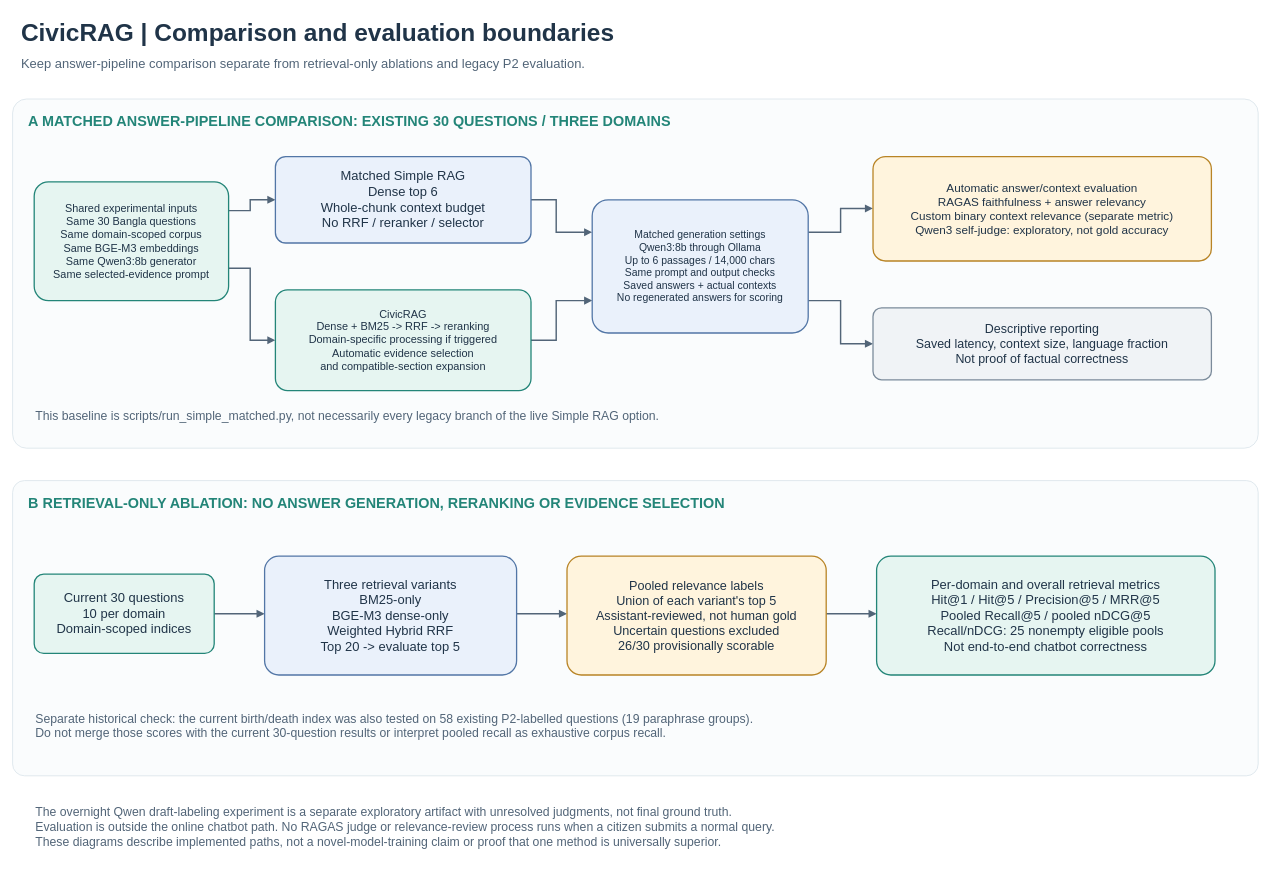
Above: page "CivicRAG | Comparison and evaluation boundaries" (2 of 2) of docs/architecture/final_2026_09_25/civicrag_final_architecture.drawio in Shihabsarker93/civic_ai_rag (draw.io), before the change. Source tidied: cells renumbered, new cells numbered last; positions are measured from the earlier drawing's top-left corner, leaving out a move shared by most shapes. Both pictures are drawn from the tidied source at 72%, with x=0, y=0 at pixel (12, 12).
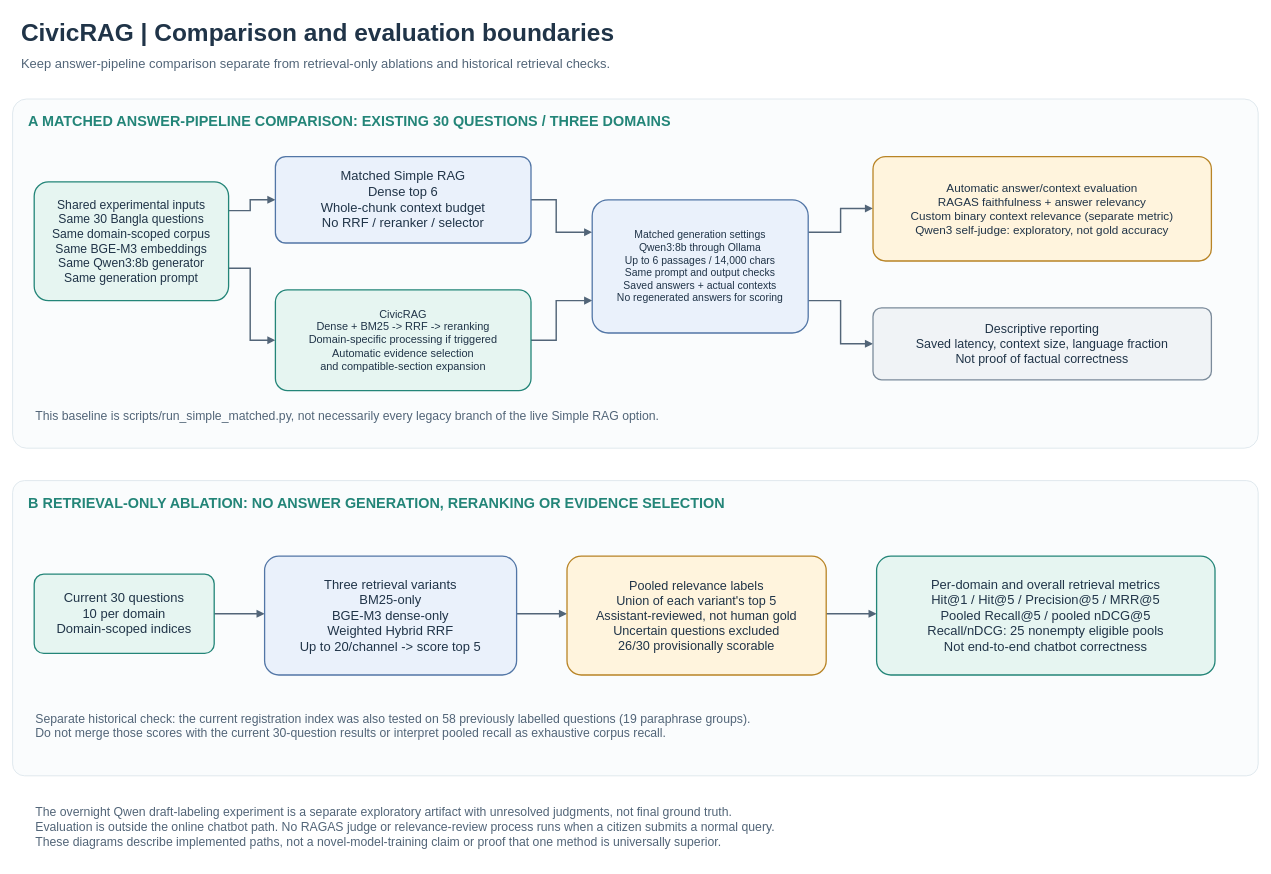
The same page after the edit.

Diff of the diagram source:
```diff
@@
-    <mxCell id="3" value="Keep answer-pipeline comparison separate from retrieval-only ablations and legacy P2 evaluation." style="text;html=0;align=left;fontSize=18;fontColor=#526578;" parent="1" vertex="1">
+    <mxCell id="3" value="Keep answer-pipeline comparison separate from retrieval-only ablations and historical retrieval checks." style="text;html=0;align=left;fontSize=18;fontColor=#526578;" parent="1" vertex="1">
       <mxGeometry x="10" y="53" width="1710" height="40" as="geometry" />
     </mxCell>
@@
-    <mxCell id="17" value="Shared experimental inputs&#10;Same 30 Bangla questions&#10;Same domain-scoped corpus&#10;Same BGE-M3 embeddings&#10;Same Qwen3:8b generator&#10;Same selected-evidence prompt" style="rounded=1;arcSize=12;whiteSpace=wrap;html=0;fillColor=#e6f5f1;strokeColor=#238578;strokeWidth=1.8;fontColor=#203448;fontSize=15.1;spacing=10;" parent="1" vertex="1">
+    <mxCell id="17" value="Shared experimental inputs&#10;Same 30 Bangla questions&#10;Same domain-scoped corpus&#10;Same BGE-M3 embeddings&#10;Same Qwen3:8b generator&#10;Same generation prompt" style="rounded=1;arcSize=12;whiteSpace=wrap;html=0;fillColor=#e6f5f1;strokeColor=#238578;strokeWidth=1.8;fontColor=#203448;fontSize=16.9;spacing=10;" parent="1" vertex="1">
       <mxGeometry x="30" y="235" width="270" height="165" as="geometry" />
     </mxCell>
@@
-    <mxCell id="24" value="Three retrieval variants&#10;BM25-only&#10;BGE-M3 dense-only&#10;Weighted Hybrid RRF&#10;Top 20 -&gt; evaluate top 5" style="rounded=1;arcSize=12;whiteSpace=wrap;html=0;fillColor=#eaf1fb;strokeColor=#5276a6;strokeWidth=1.8;fontColor=#203448;fontSize=18;spacing=10;" parent="1" vertex="1">
+    <mxCell id="24" value="Three retrieval variants&#10;BM25-only&#10;BGE-M3 dense-only&#10;Weighted Hybrid RRF&#10;Up to 20/channel -&gt; score top 5" style="rounded=1;arcSize=12;whiteSpace=wrap;html=0;fillColor=#eaf1fb;strokeColor=#5276a6;strokeWidth=1.8;fontColor=#203448;fontSize=18;spacing=10;" parent="1" vertex="1">
       <mxGeometry x="350" y="755" width="350" height="165" as="geometry" />
     </mxCell>
@@
-    <mxCell id="28" value="Separate historical check: the current birth/death index was also tested on 58 existing P2-labelled questions (19 paraphrase groups).&#10;Do not merge those scores with the current 30-question results or interpret pooled recall as exhaustive corpus recall." style="text;html=0;align=left;fontSize=17;fontColor=#526578;whiteSpace=wrap;" parent="1" vertex="1">
+    <mxCell id="28" value="Separate historical check: the current registration index was also tested on 58 previously labelled questions (19 paraphrase groups).&#10;Do not merge those scores with the current 30-question results or interpret pooled recall as exhaustive corpus recall." style="text;html=0;align=left;fontSize=17;fontColor=#526578;whiteSpace=wrap;" parent="1" vertex="1">
       <mxGeometry x="30" y="965" width="1630" height="65" as="geometry" />
     </mxCell>
```
